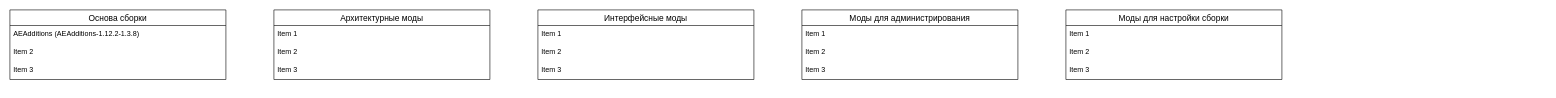
The draw.io diagram modlist/modlist.drawio in IIAu2/IIAu2, before the edit. Source tidied: cells renumbered, new cells numbered last; positions are measured from the earlier drawing's top-left corner, leaving out a move shared by most shapes. Both pictures are drawn from the tidied source at 60%, with x=0, y=0 at pixel (10, 10).
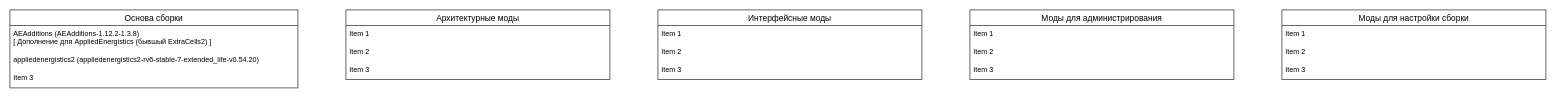
Above is the later version.

Commit message:
#1 Resized groups again. Added ae2 mod modlist.drawio

The edit, as a diff of the source:
```diff
@@
     <mxCell id="2" value="Интерфейсные моды" style="swimlane;fontStyle=0;horizontal=1;startSize=26;align=center;fontSize=14;" parent="1" vertex="1">
-      <mxGeometry x="880" width="360" height="116" as="geometry" />
+      <mxGeometry x="1080" width="440" height="116" as="geometry" />
     </mxCell>
     <mxCell id="3" value="Item 1" style="text;strokeColor=none;fillColor=none;spacingLeft=4;spacingRight=4;overflow=hidden;fontSize=12;" parent="2" vertex="1">
-      <mxGeometry y="26" width="360" height="30" as="geometry" />
+      <mxGeometry y="26" width="440" height="30" as="geometry" />
     </mxCell>
     <mxCell id="4" value="Item 2" style="text;strokeColor=none;fillColor=none;spacingLeft=4;spacingRight=4;overflow=hidden;fontSize=12;" parent="2" vertex="1">
-      <mxGeometry y="56" width="360" height="30" as="geometry" />
+      <mxGeometry y="56" width="440" height="30" as="geometry" />
     </mxCell>
     <mxCell id="5" value="Item 3" style="text;strokeColor=none;fillColor=none;spacingLeft=4;spacingRight=4;overflow=hidden;fontSize=12;" parent="2" vertex="1">
-      <mxGeometry y="86" width="360" height="30" as="geometry" />
+      <mxGeometry y="86" width="440" height="30" as="geometry" />
     </mxCell>
     <mxCell id="6" value="Моды для администрирования" style="swimlane;fontStyle=0;horizontal=1;startSize=26;align=center;fontSize=14;" parent="1" vertex="1">
-      <mxGeometry x="1320" width="360" height="116" as="geometry" />
+      <mxGeometry x="1600" width="440" height="116" as="geometry" />
     </mxCell>
     <mxCell id="7" value="Item 1" style="text;strokeColor=none;fillColor=none;spacingLeft=4;spacingRight=4;overflow=hidden;fontSize=12;" parent="6" vertex="1">
-      <mxGeometry y="26" width="360" height="30" as="geometry" />
+      <mxGeometry y="26" width="440" height="30" as="geometry" />
     </mxCell>
     <mxCell id="8" value="Item 2" style="text;strokeColor=none;fillColor=none;spacingLeft=4;spacingRight=4;overflow=hidden;fontSize=12;" parent="6" vertex="1">
-      <mxGeometry y="56" width="360" height="30" as="geometry" />
+      <mxGeometry y="56" width="440" height="30" as="geometry" />
     </mxCell>
     <mxCell id="9" value="Item 3" style="text;strokeColor=none;fillColor=none;spacingLeft=4;spacingRight=4;overflow=hidden;fontSize=12;" parent="6" vertex="1">
-      <mxGeometry y="86" width="360" height="30" as="geometry" />
+      <mxGeometry y="86" width="440" height="30" as="geometry" />
     </mxCell>
     <mxCell id="10" value="Архитектурные моды" style="swimlane;fontStyle=0;horizontal=1;startSize=26;align=center;fontSize=14;" parent="1" vertex="1">
-      <mxGeometry x="440" width="360" height="116" as="geometry" />
+      <mxGeometry x="560" width="440" height="116" as="geometry" />
     </mxCell>
     <mxCell id="11" value="Item 1" style="text;strokeColor=none;fillColor=none;spacingLeft=4;spacingRight=4;overflow=hidden;fontSize=12;" parent="10" vertex="1">
-      <mxGeometry y="26" width="360" height="30" as="geometry" />
+      <mxGeometry y="26" width="440" height="30" as="geometry" />
     </mxCell>
     <mxCell id="12" value="Item 2" style="text;strokeColor=none;fillColor=none;spacingLeft=4;spacingRight=4;overflow=hidden;fontSize=12;" parent="10" vertex="1">
-      <mxGeometry y="56" width="360" height="30" as="geometry" />
+      <mxGeometry y="56" width="440" height="30" as="geometry" />
     </mxCell>
     <mxCell id="13" value="Item 3" style="text;strokeColor=none;fillColor=none;spacingLeft=4;spacingRight=4;overflow=hidden;fontSize=12;" parent="10" vertex="1">
-      <mxGeometry y="86" width="360" height="30" as="geometry" />
+      <mxGeometry y="86" width="440" height="30" as="geometry" />
     </mxCell>
     <mxCell id="14" value="Основа сборки" style="swimlane;fontStyle=0;horizontal=1;startSize=26;align=center;fontSize=14;" parent="1" vertex="1">
-      <mxGeometry width="360" height="116" as="geometry" />
+      <mxGeometry width="480" height="130" as="geometry" />
     </mxCell>
-    <mxCell id="15" value="AEAdditions (AEAdditions-1.12.2-1.3.8)" style="text;strokeColor=none;fillColor=none;spacingLeft=4;spacingRight=4;overflow=hidden;fontSize=12;" parent="14" vertex="1">
-      <mxGeometry y="26" width="360" height="30" as="geometry" />
+    <mxCell id="15" value="AEAdditions (AEAdditions-1.12.2-1.3.8)&#10;[ Дополнение для AppliedEnergistics (бывшый ExtraCells2) ]" style="text;strokeColor=none;fillColor=none;spacingLeft=4;spacingRight=4;overflow=hidden;fontSize=12;" parent="14" vertex="1">
+      <mxGeometry y="26" width="480" height="44" as="geometry" />
     </mxCell>
-    <mxCell id="16" value="Item 2" style="text;strokeColor=none;fillColor=none;spacingLeft=4;spacingRight=4;overflow=hidden;fontSize=12;" parent="14" vertex="1">
-      <mxGeometry y="56" width="360" height="30" as="geometry" />
+    <mxCell id="16" value="appliedenergistics2 (appliedenergistics2-rv6-stable-7-extended_life-v0.54.20)" style="text;strokeColor=none;fillColor=none;spacingLeft=4;spacingRight=4;overflow=hidden;fontSize=12;" parent="14" vertex="1">
+      <mxGeometry y="70" width="480" height="30" as="geometry" />
     </mxCell>
     <mxCell id="17" value="Item 3" style="text;strokeColor=none;fillColor=none;spacingLeft=4;spacingRight=4;overflow=hidden;fontSize=12;" parent="14" vertex="1">
-      <mxGeometry y="86" width="360" height="30" as="geometry" />
+      <mxGeometry y="100" width="480" height="30" as="geometry" />
     </mxCell>
     <mxCell id="18" value="Моды для настройки сборки" style="swimlane;fontStyle=0;horizontal=1;startSize=26;align=center;fontSize=14;" parent="1" vertex="1">
-      <mxGeometry x="1760" width="360" height="116" as="geometry" />
+      <mxGeometry x="2120" width="440" height="116" as="geometry" />
     </mxCell>
     <mxCell id="19" value="Item 1" style="text;strokeColor=none;fillColor=none;spacingLeft=4;spacingRight=4;overflow=hidden;fontSize=12;" parent="18" vertex="1">
-      <mxGeometry y="26" width="360" height="30" as="geometry" />
+      <mxGeometry y="26" width="440" height="30" as="geometry" />
     </mxCell>
     <mxCell id="20" value="Item 2" style="text;strokeColor=none;fillColor=none;spacingLeft=4;spacingRight=4;overflow=hidden;fontSize=12;" parent="18" vertex="1">
-      <mxGeometry y="56" width="360" height="30" as="geometry" />
+      <mxGeometry y="56" width="440" height="30" as="geometry" />
     </mxCell>
     <mxCell id="21" value="Item 3" style="text;strokeColor=none;fillColor=none;spacingLeft=4;spacingRight=4;overflow=hidden;fontSize=12;" parent="18" vertex="1">
-      <mxGeometry y="86" width="360" height="30" as="geometry" />
+      <mxGeometry y="86" width="440" height="30" as="geometry" />
     </mxCell>
```
